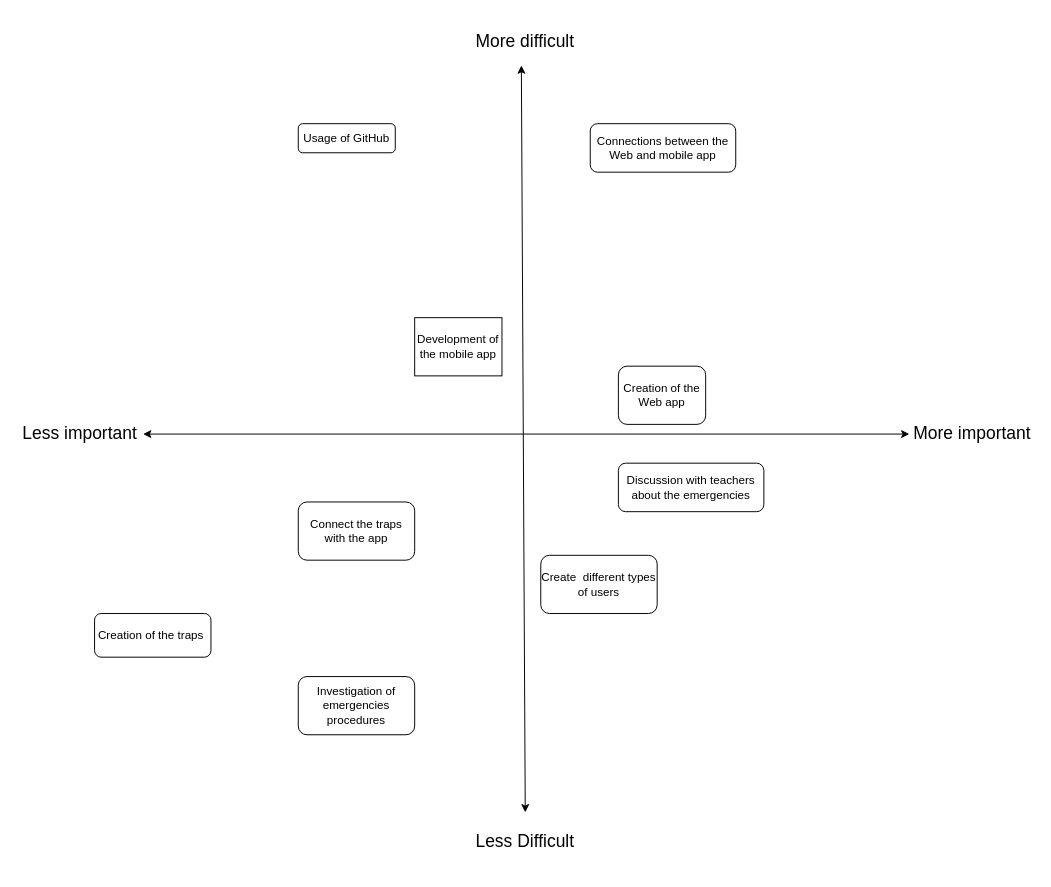
The draw.io diagram Untitled Diagram.drawio in EmergenBis/emergenbis, before the edit. Source tidied: cells renumbered, new cells numbered last; positions are measured from the earlier drawing's top-left corner, leaving out a move shared by most shapes. Both pictures are drawn from the tidied source at 97%, with x=0, y=0 at pixel (16, 16).
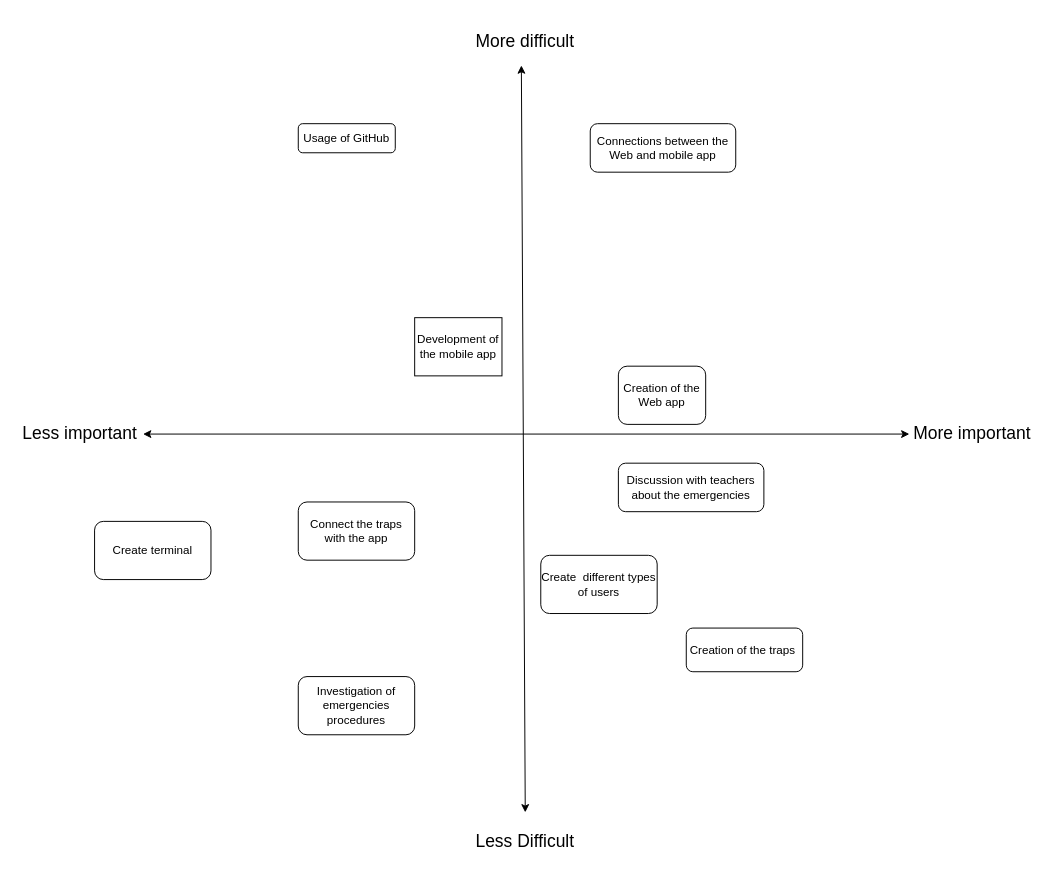
After the change.

The edit, as a diff of the source:
```diff
@@
 <mxGraphModel>
   <root>
     <mxCell id="0" />
     <mxCell id="1" parent="0" />
     <mxCell id="2" value="Development of the mobile app" style="rounded=0;whiteSpace=wrap;html=1;" parent="1" vertex="1">
       <mxGeometry x="410" y="310" width="90" height="60" as="geometry" />
     </mxCell>
     <mxCell id="3" style="endArrow=classic;startArrow=classic;html=1;" parent="1" edge="1">
       <mxGeometry relative="1" as="geometry">
         <mxPoint x="524" y="820" as="sourcePoint" />
         <mxPoint x="520" y="50" as="targetPoint" />
       </mxGeometry>
     </mxCell>
     <mxCell id="4" style="endArrow=classic;startArrow=classic;html=1;" parent="1" edge="1">
       <mxGeometry relative="1" as="geometry">
         <mxPoint x="130" y="430" as="sourcePoint" />
         <mxPoint x="920" y="430" as="targetPoint" />
       </mxGeometry>
     </mxCell>
     <mxCell id="5" value="&lt;font style=&quot;font-size: 18px&quot;&gt;Less Difficult&lt;/font&gt;" style="text;html=1;strokeColor=none;fillColor=none;align=center;verticalAlign=middle;whiteSpace=wrap;rounded=0;" parent="1" vertex="1">
       <mxGeometry x="457" y="820" width="134" height="60" as="geometry" />
     </mxCell>
     <mxCell id="6" value="&lt;font style=&quot;font-size: 18px&quot;&gt;More difficult&lt;/font&gt;" style="text;html=1;strokeColor=none;fillColor=none;align=center;verticalAlign=middle;whiteSpace=wrap;rounded=0;" parent="1" vertex="1">
       <mxGeometry x="461" width="126" height="50" as="geometry" />
     </mxCell>
     <mxCell id="7" value="&lt;font style=&quot;font-size: 18px&quot;&gt;Less important&lt;/font&gt;" style="text;html=1;strokeColor=none;fillColor=none;align=center;verticalAlign=middle;whiteSpace=wrap;rounded=0;" parent="1" vertex="1">
       <mxGeometry y="410" width="130" height="40" as="geometry" />
     </mxCell>
     <mxCell id="8" value="&lt;font style=&quot;font-size: 18px&quot;&gt;More important&lt;/font&gt;" style="text;html=1;strokeColor=none;fillColor=none;align=center;verticalAlign=middle;whiteSpace=wrap;rounded=0;" parent="1" vertex="1">
       <mxGeometry x="920" y="410" width="130" height="40" as="geometry" />
     </mxCell>
     <mxCell id="9" value="Connections between the Web and mobile app" style="rounded=1;whiteSpace=wrap;html=1;" parent="1" vertex="1">
       <mxGeometry x="591" y="110" width="150" height="50" as="geometry" />
     </mxCell>
     <mxCell id="10" value="Creation of the Web app" style="rounded=1;whiteSpace=wrap;html=1;" parent="1" vertex="1">
       <mxGeometry x="620" y="360" width="90" height="60" as="geometry" />
     </mxCell>
     <mxCell id="11" value="Creation of the traps&amp;nbsp;" style="rounded=1;whiteSpace=wrap;html=1;" parent="1" vertex="1">
-      <mxGeometry x="80" y="615" width="120" height="45" as="geometry" />
+      <mxGeometry x="690" y="630" width="120" height="45" as="geometry" />
     </mxCell>
     <mxCell id="12" value="Discussion with teachers about the emergencies" style="rounded=1;whiteSpace=wrap;html=1;" parent="1" vertex="1">
       <mxGeometry x="620" y="460" width="150" height="50" as="geometry" />
     </mxCell>
     <mxCell id="13" value="Connect the traps with the app" style="rounded=1;whiteSpace=wrap;html=1;" parent="1" vertex="1">
       <mxGeometry x="290" y="500" width="120" height="60" as="geometry" />
     </mxCell>
     <mxCell id="14" value="Create&amp;nbsp; different types of users" style="rounded=1;whiteSpace=wrap;html=1;" parent="1" vertex="1">
       <mxGeometry x="540" y="555" width="120" height="60" as="geometry" />
     </mxCell>
     <mxCell id="15" value="Investigation of emergencies procedures" style="rounded=1;whiteSpace=wrap;html=1;" parent="1" vertex="1">
       <mxGeometry x="290" y="680" width="120" height="60" as="geometry" />
     </mxCell>
+    <mxCell id="17" value="Create terminal" style="rounded=1;whiteSpace=wrap;html=1;" parent="1" vertex="1">
+      <mxGeometry x="80" y="520" width="120" height="60" as="geometry" />
+    </mxCell>
     <mxCell id="16" value="Usage of GitHub" style="rounded=1;whiteSpace=wrap;html=1;" parent="1" vertex="1">
       <mxGeometry x="290" y="110" width="100" height="30" as="geometry" />
     </mxCell>
   </root>
 </mxGraphModel>
```
